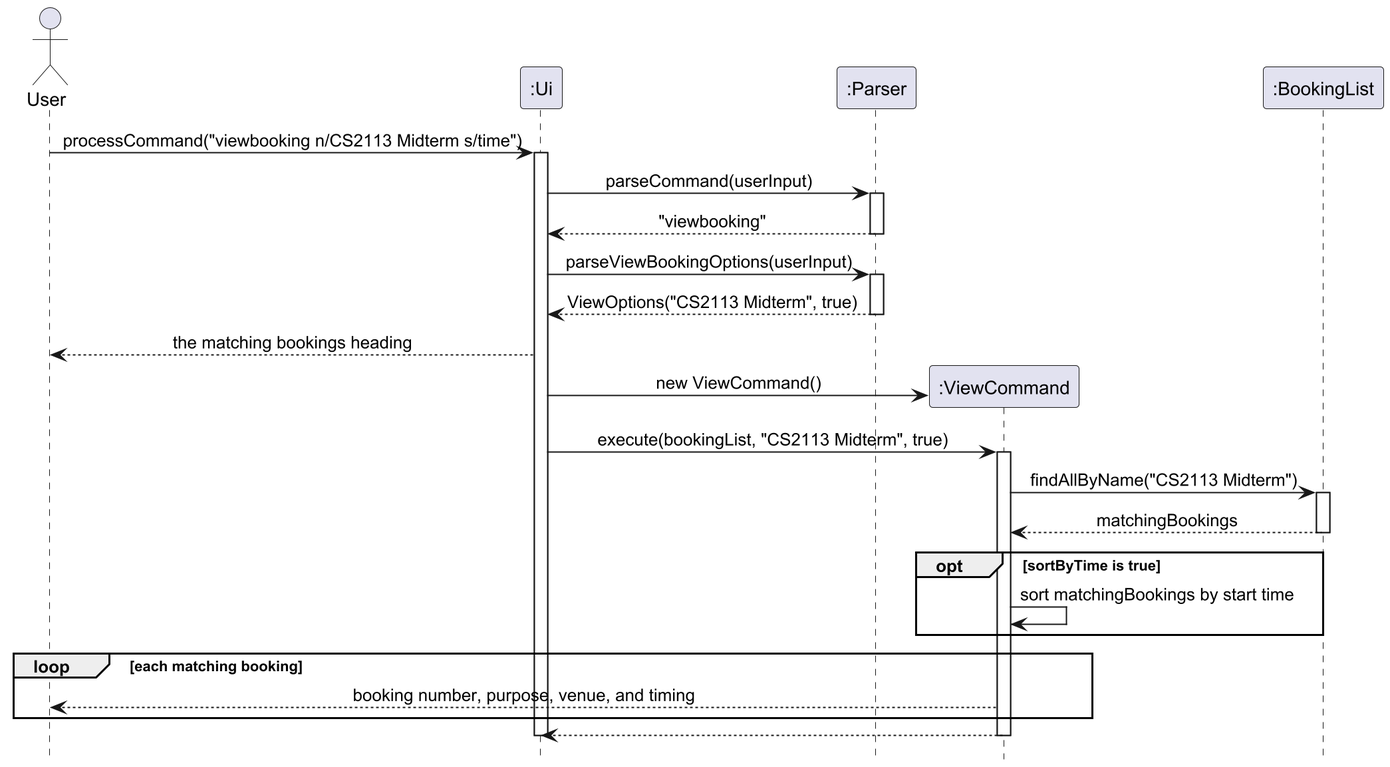
The PlantUML diagram docs/UMLDiagrams/ViewCommandSequenceDiagram.png in AY2627S1-CS2113-W14-2/tp, before a commit.
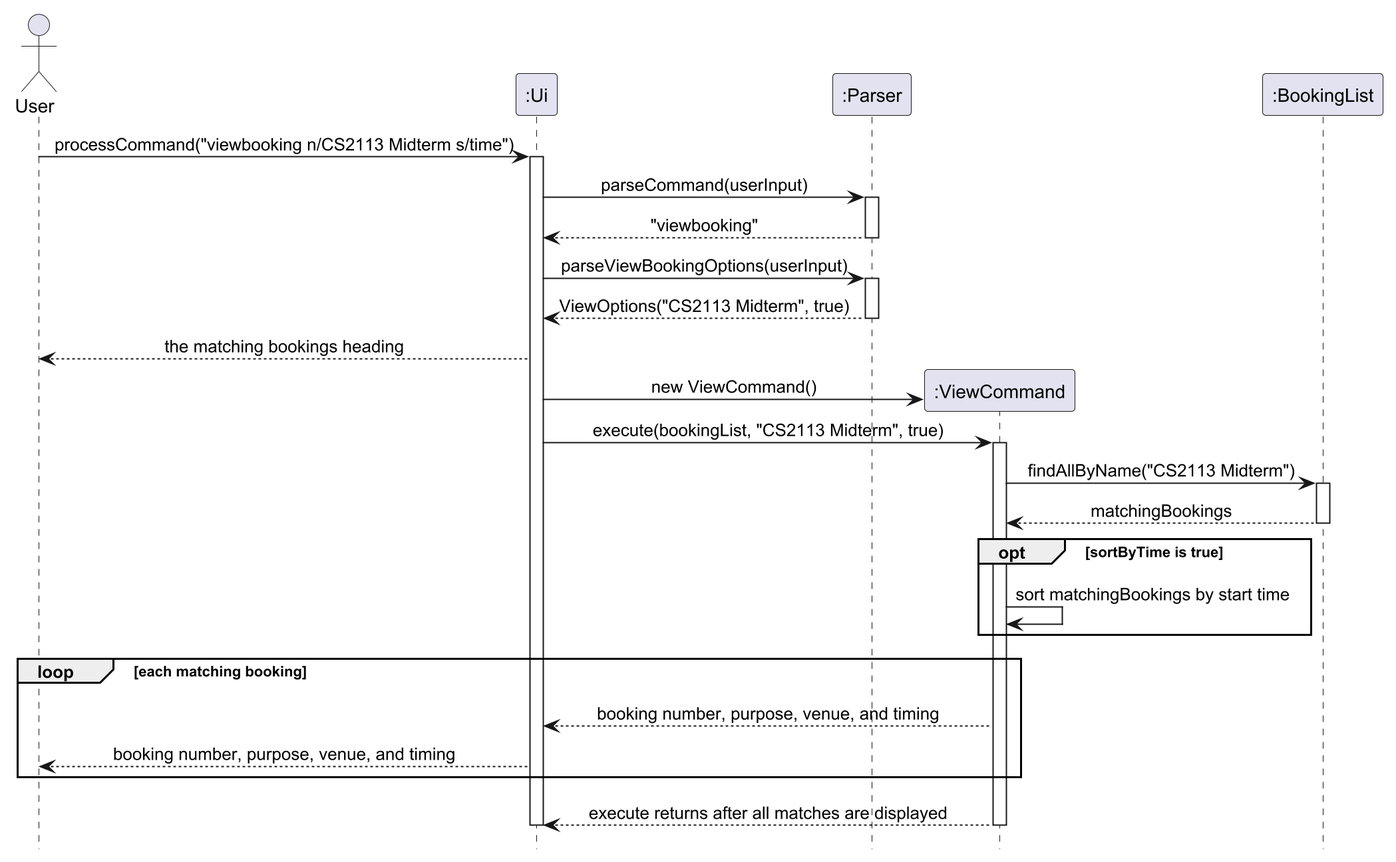
The same diagram one commit later.

Diff of the diagram source:
```diff
@@ -42,10 +42,11 @@
 end
 
 loop each matching booking
-    View --> User: booking number, purpose, venue, and timing
+    View --> UI: booking number, purpose, venue, and timing
+    UI --> User: booking number, purpose, venue, and timing
 end
 
-View --> UI
+View --> UI: execute returns after all matches are displayed
 deactivate View
 
 deactivate UI
```
